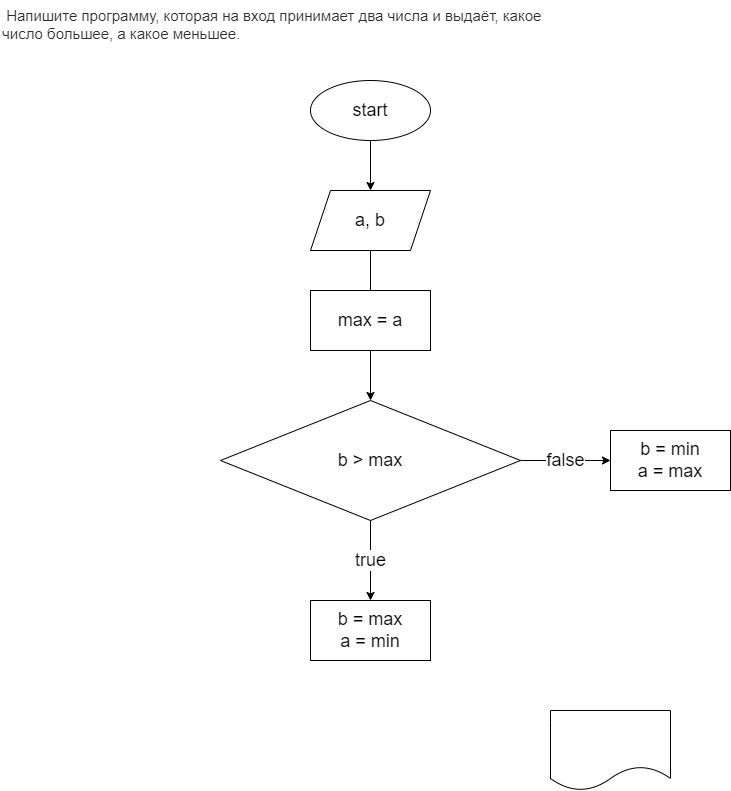
ShrimpyKate/HomeWork1 keeps this draw.io diagram as ex01/blok.drawio.png. Above is the earlier version. Source tidied: cells renumbered, new cells last; positions are measured from the earlier drawing's top-left corner, leaving out a move shared by most shapes. The source it was exported from:
```xml
<mxGraphModel>
  <root>
    <mxCell id="0" />
    <mxCell id="1" parent="0" />
    <mxCell id="2" value="&lt;span style=&quot;color: rgb(44, 45, 48); font-family: roboto, &amp;quot;san francisco&amp;quot;, &amp;quot;helvetica neue&amp;quot;, helvetica, arial; font-size: 15px; font-style: normal; font-weight: 400; letter-spacing: normal; text-indent: 0px; text-transform: none; word-spacing: 0px; background-color: rgb(255, 255, 255); display: inline; float: none;&quot;&gt;&lt;span&gt;&amp;nbsp;&lt;/span&gt;Напишите программу, которая на вход принимает два числа и выдаёт, какое число большее, а какое меньшее.&lt;/span&gt;" style="text;whiteSpace=wrap;html=1;" parent="1" vertex="1">
      <mxGeometry width="550" height="50" as="geometry" />
    </mxCell>
    <mxCell id="3" style="edgeStyle=none;html=1;" parent="1" edge="1" source="4" target="6">
      <mxGeometry relative="1" as="geometry" />
    </mxCell>
    <mxCell id="4" value="&lt;font style=&quot;font-size: 18px&quot;&gt;start&lt;/font&gt;" style="ellipse;whiteSpace=wrap;html=1;" parent="1" vertex="1">
      <mxGeometry x="310" y="80" width="120" height="60" as="geometry" />
    </mxCell>
    <mxCell id="5" style="edgeStyle=none;html=1;fontSize=18;" parent="1" edge="1" source="6">
      <mxGeometry relative="1" as="geometry">
        <mxPoint x="370" y="320" as="targetPoint" />
      </mxGeometry>
    </mxCell>
    <mxCell id="6" value="&lt;font style=&quot;font-size: 18px&quot;&gt;a, b&lt;/font&gt;" style="shape=parallelogram;perimeter=parallelogramPerimeter;whiteSpace=wrap;html=1;fixedSize=1;" parent="1" vertex="1">
      <mxGeometry x="310" y="190" width="120" height="60" as="geometry" />
    </mxCell>
    <mxCell id="7" style="edgeStyle=none;html=1;fontSize=18;" parent="1" edge="1" source="8" target="11">
      <mxGeometry relative="1" as="geometry" />
    </mxCell>
    <mxCell id="8" value="max = a" style="whiteSpace=wrap;html=1;fontSize=18;" parent="1" vertex="1">
      <mxGeometry x="310" y="290" width="120" height="60" as="geometry" />
    </mxCell>
    <mxCell id="9" value="true" style="edgeStyle=none;html=1;fontSize=18;" parent="1" edge="1" source="11" target="12">
      <mxGeometry relative="1" as="geometry" />
    </mxCell>
    <mxCell id="10" value="false" style="edgeStyle=none;html=1;fontSize=18;" parent="1" edge="1" source="11" target="13">
      <mxGeometry relative="1" as="geometry" />
    </mxCell>
    <mxCell id="11" value="b &amp;gt; max" style="rhombus;whiteSpace=wrap;html=1;fontSize=18;" parent="1" vertex="1">
      <mxGeometry x="220" y="400" width="300" height="120" as="geometry" />
    </mxCell>
    <mxCell id="12" value="b = max&lt;br&gt;a = min" style="whiteSpace=wrap;html=1;fontSize=18;" parent="1" vertex="1">
      <mxGeometry x="310" y="600" width="120" height="60" as="geometry" />
    </mxCell>
    <mxCell id="13" value="b = min&lt;br&gt;a = max" style="whiteSpace=wrap;html=1;fontSize=18;" parent="1" vertex="1">
      <mxGeometry x="610" y="430" width="120" height="60" as="geometry" />
    </mxCell>
    <mxCell id="14" style="shape=document;whiteSpace=wrap;html=1;boundedLbl=1;fontSize=18;" parent="1" vertex="1">
      <mxGeometry x="550" y="710" width="120" height="80" as="geometry" />
    </mxCell>
  </root>
</mxGraphModel>
```
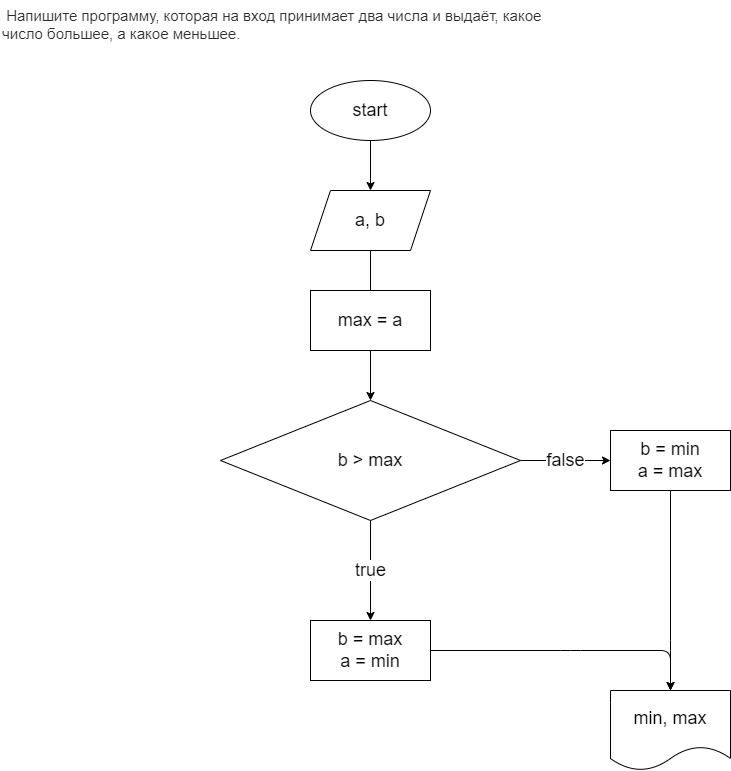
The same diagram one commit later.

Commit message:
создали блок схему для ex01

The edit, as a diff of the source:
```diff
@@ -34,14 +34,29 @@
     <mxCell id="11" value="b &amp;gt; max" style="rhombus;whiteSpace=wrap;html=1;fontSize=18;" parent="1" vertex="1">
       <mxGeometry x="220" y="400" width="300" height="120" as="geometry" />
     </mxCell>
+    <mxCell id="15" style="edgeStyle=none;html=1;entryX=0.5;entryY=0;entryDx=0;entryDy=0;fontSize=18;" parent="1" edge="1" source="12" target="14">
+      <mxGeometry relative="1" as="geometry">
+        <Array as="points">
+          <mxPoint x="570" y="650" />
+          <mxPoint x="670" y="650" />
+        </Array>
+      </mxGeometry>
+    </mxCell>
     <mxCell id="12" value="b = max&lt;br&gt;a = min" style="whiteSpace=wrap;html=1;fontSize=18;" parent="1" vertex="1">
-      <mxGeometry x="310" y="600" width="120" height="60" as="geometry" />
+      <mxGeometry x="310" y="620" width="120" height="60" as="geometry" />
     </mxCell>
+    <mxCell id="16" style="edgeStyle=none;html=1;fontSize=18;entryX=0.5;entryY=0;entryDx=0;entryDy=0;" parent="1" edge="1" source="13" target="14">
+      <mxGeometry relative="1" as="geometry">
+        <Array as="points">
+          <mxPoint x="670" y="650" />
+        </Array>
+      </mxGeometry>
+    </mxCell>
     <mxCell id="13" value="b = min&lt;br&gt;a = max" style="whiteSpace=wrap;html=1;fontSize=18;" parent="1" vertex="1">
       <mxGeometry x="610" y="430" width="120" height="60" as="geometry" />
     </mxCell>
-    <mxCell id="14" style="shape=document;whiteSpace=wrap;html=1;boundedLbl=1;fontSize=18;" parent="1" vertex="1">
-      <mxGeometry x="550" y="710" width="120" height="80" as="geometry" />
+    <mxCell id="14" value="min, max" style="shape=document;whiteSpace=wrap;html=1;boundedLbl=1;fontSize=18;" parent="1" vertex="1">
+      <mxGeometry x="610" y="690" width="120" height="80" as="geometry" />
     </mxCell>
   </root>
 </mxGraphModel>
```
